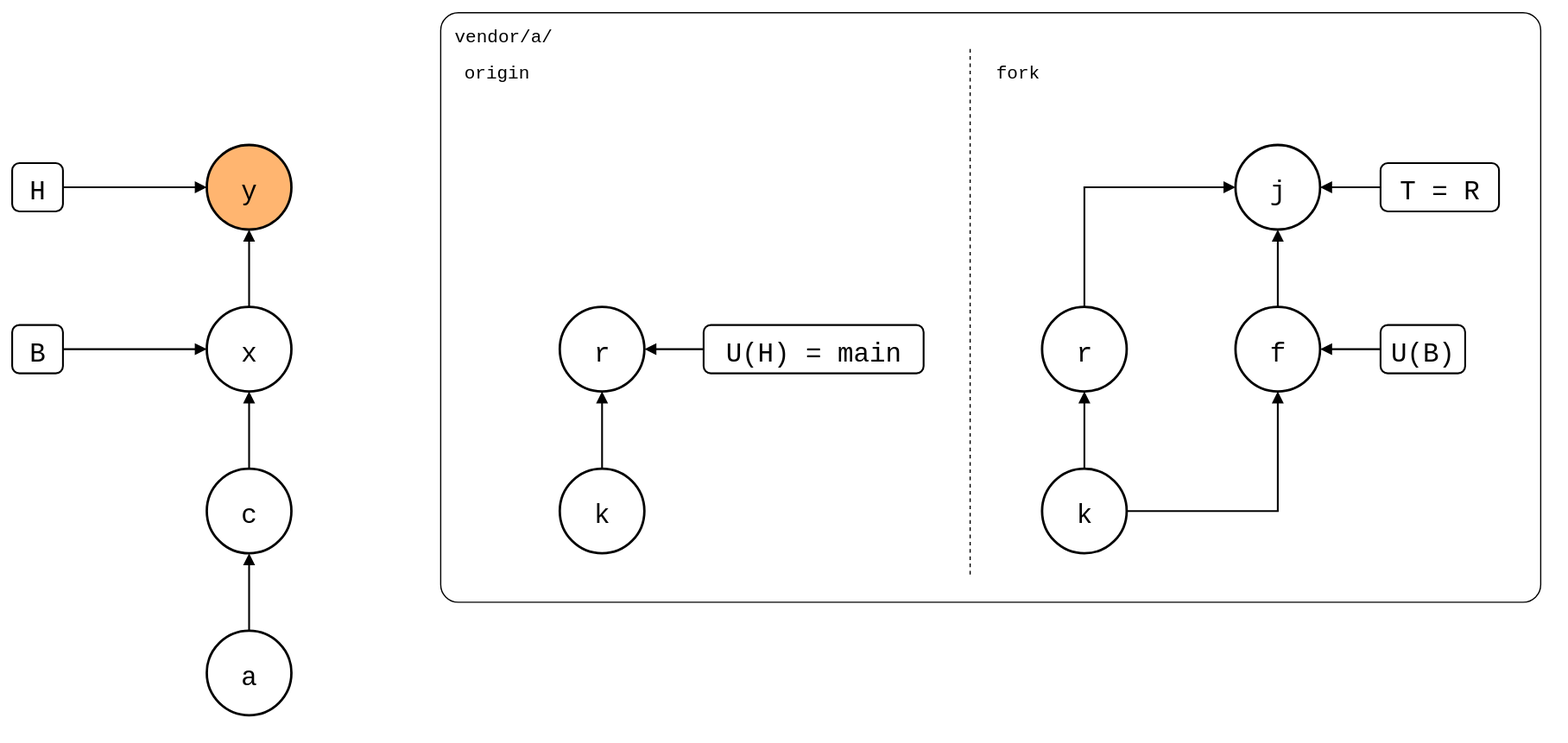
Earlier version of the draw.io export test/scenarios/04-upstreams/02-several-upstreams/several-upstreams.drawio.svg (roschaefer/git-splice). Source tidied: cells renumbered, new cells last; positions are measured from the earlier drawing's top-left corner, leaving out a move shared by most shapes. Source of this version:
```xml
<mxGraphModel background="#ffffff">
  <root>
    <mxCell id="0" />
    <mxCell id="1" parent="0" />
    <mxCell id="2" value="vendor/a/" style="rounded=1;arcSize=3;fillColor=none;strokeWidth=1;fontSize=15;verticalAlign=top;align=left;spacingLeft=10;spacingTop=4;fontFamily=Roboto Mono,monospace;" parent="1" vertex="1">
      <mxGeometry x="354" width="910" height="488" as="geometry" />
    </mxCell>
    <mxCell id="3" style="line;direction=south;dashed=1;strokeWidth=1;" parent="1" vertex="1">
      <mxGeometry x="782" y="30" width="20" height="438" as="geometry" />
    </mxCell>
    <mxCell id="4" value="origin" style="text;fontSize=15;align=left;verticalAlign=top;fontFamily=Roboto Mono,monospace;" parent="1" vertex="1">
      <mxGeometry x="372" y="34" width="120" height="24" as="geometry" />
    </mxCell>
    <mxCell id="5" value="fork" style="text;fontSize=15;align=left;verticalAlign=top;fontFamily=Roboto Mono,monospace;" parent="1" vertex="1">
      <mxGeometry x="812" y="34" width="120" height="24" as="geometry" />
    </mxCell>
    <mxCell id="6" value="y" style="ellipse;strokeWidth=2;fontSize=22;fontFamily=Roboto Mono,monospace;fillColor=#FFB570;" parent="1" vertex="1">
      <mxGeometry x="161" y="110" width="70" height="70" as="geometry" />
    </mxCell>
    <mxCell id="7" value="x" style="ellipse;strokeWidth=2;fontSize=22;fontFamily=Roboto Mono,monospace;" parent="1" vertex="1">
      <mxGeometry x="161" y="244" width="70" height="70" as="geometry" />
    </mxCell>
    <mxCell id="8" value="c" style="ellipse;strokeWidth=2;fontSize=22;fontFamily=Roboto Mono,monospace;" parent="1" vertex="1">
      <mxGeometry x="161" y="378" width="70" height="70" as="geometry" />
    </mxCell>
    <mxCell id="9" value="a" style="ellipse;strokeWidth=2;fontSize=22;fontFamily=Roboto Mono,monospace;" parent="1" vertex="1">
      <mxGeometry x="161" y="512" width="70" height="70" as="geometry" />
    </mxCell>
    <mxCell id="10" value="r" style="ellipse;strokeWidth=2;fontSize=22;fontFamily=Roboto Mono,monospace;" parent="1" vertex="1">
      <mxGeometry x="453" y="244" width="70" height="70" as="geometry" />
    </mxCell>
    <mxCell id="11" value="k" style="ellipse;strokeWidth=2;fontSize=22;fontFamily=Roboto Mono,monospace;" parent="1" vertex="1">
      <mxGeometry x="453" y="378" width="70" height="70" as="geometry" />
    </mxCell>
    <mxCell id="12" value="r" style="ellipse;strokeWidth=2;fontSize=22;fontFamily=Roboto Mono,monospace;" parent="1" vertex="1">
      <mxGeometry x="852" y="244" width="70" height="70" as="geometry" />
    </mxCell>
    <mxCell id="13" value="k" style="ellipse;strokeWidth=2;fontSize=22;fontFamily=Roboto Mono,monospace;" parent="1" vertex="1">
      <mxGeometry x="852" y="378" width="70" height="70" as="geometry" />
    </mxCell>
    <mxCell id="14" value="f" style="ellipse;strokeWidth=2;fontSize=22;fontFamily=Roboto Mono,monospace;" parent="1" vertex="1">
      <mxGeometry x="1012" y="244" width="70" height="70" as="geometry" />
    </mxCell>
    <mxCell id="15" value="j" style="ellipse;strokeWidth=2;fontSize=22;fontFamily=Roboto Mono,monospace;" parent="1" vertex="1">
      <mxGeometry x="1012" y="110" width="70" height="70" as="geometry" />
    </mxCell>
    <mxCell id="16" value="H" style="rounded=1;strokeWidth=1.5;fontSize=22;fontFamily=Roboto Mono,monospace;" parent="1" vertex="1">
      <mxGeometry y="125" width="42" height="40" as="geometry" />
    </mxCell>
    <mxCell id="17" value="B" style="rounded=1;strokeWidth=1.5;fontSize=22;fontFamily=Roboto Mono,monospace;" parent="1" vertex="1">
      <mxGeometry y="259" width="42" height="40" as="geometry" />
    </mxCell>
    <mxCell id="18" value="U(H) = main" style="rounded=1;strokeWidth=1.5;fontSize=22;fontFamily=Roboto Mono,monospace;" parent="1" vertex="1">
      <mxGeometry x="572" y="259" width="182" height="40" as="geometry" />
    </mxCell>
    <mxCell id="19" value="T = R" style="rounded=1;strokeWidth=1.5;fontSize=22;fontFamily=Roboto Mono,monospace;" parent="1" vertex="1">
      <mxGeometry x="1132" y="125" width="98" height="40" as="geometry" />
    </mxCell>
    <mxCell id="20" value="U(B)" style="rounded=1;strokeWidth=1.5;fontSize=22;fontFamily=Roboto Mono,monospace;" parent="1" vertex="1">
      <mxGeometry x="1132" y="259" width="70" height="40" as="geometry" />
    </mxCell>
    <mxCell id="21" style="endArrow=block;endFill=1;html=1;strokeWidth=1.5;rounded=0;" parent="1" edge="1" source="9" target="8">
      <mxGeometry relative="1" as="geometry" />
    </mxCell>
    <mxCell id="22" style="endArrow=block;endFill=1;html=1;strokeWidth=1.5;rounded=0;" parent="1" edge="1" source="8" target="7">
      <mxGeometry relative="1" as="geometry" />
    </mxCell>
    <mxCell id="23" style="endArrow=block;endFill=1;html=1;strokeWidth=1.5;rounded=0;" parent="1" edge="1" source="7" target="6">
      <mxGeometry relative="1" as="geometry" />
    </mxCell>
    <mxCell id="24" style="endArrow=block;endFill=1;html=1;strokeWidth=1.5;rounded=0;" parent="1" edge="1" source="11" target="10">
      <mxGeometry relative="1" as="geometry" />
    </mxCell>
    <mxCell id="25" style="endArrow=block;endFill=1;html=1;strokeWidth=1.5;rounded=0;" parent="1" edge="1" source="13" target="12">
      <mxGeometry relative="1" as="geometry" />
    </mxCell>
    <mxCell id="26" style="endArrow=block;endFill=1;html=1;strokeWidth=1.5;rounded=0;edgeStyle=orthogonalEdgeStyle;exitX=1;exitY=0.5;entryX=0.5;entryY=1;" parent="1" edge="1" source="13" target="14">
      <mxGeometry relative="1" as="geometry" />
    </mxCell>
    <mxCell id="27" style="endArrow=block;endFill=1;html=1;strokeWidth=1.5;rounded=0;" parent="1" edge="1" source="14" target="15">
      <mxGeometry relative="1" as="geometry" />
    </mxCell>
    <mxCell id="28" style="endArrow=block;endFill=1;html=1;strokeWidth=1.5;rounded=0;edgeStyle=orthogonalEdgeStyle;exitX=0.5;exitY=0;entryX=0;entryY=0.5;" parent="1" edge="1" source="12" target="15">
      <mxGeometry relative="1" as="geometry" />
    </mxCell>
    <mxCell id="29" style="endArrow=block;endFill=1;html=1;strokeWidth=1.5;rounded=0;" parent="1" edge="1" source="16" target="6">
      <mxGeometry relative="1" as="geometry" />
    </mxCell>
    <mxCell id="30" style="endArrow=block;endFill=1;html=1;strokeWidth=1.5;rounded=0;" parent="1" edge="1" source="17" target="7">
      <mxGeometry relative="1" as="geometry" />
    </mxCell>
    <mxCell id="31" style="endArrow=block;endFill=1;html=1;strokeWidth=1.5;rounded=0;" parent="1" edge="1" source="18" target="10">
      <mxGeometry relative="1" as="geometry" />
    </mxCell>
    <mxCell id="32" style="endArrow=block;endFill=1;html=1;strokeWidth=1.5;rounded=0;" parent="1" edge="1" source="19" target="15">
      <mxGeometry relative="1" as="geometry" />
    </mxCell>
    <mxCell id="33" style="endArrow=block;endFill=1;html=1;strokeWidth=1.5;rounded=0;" parent="1" edge="1" source="20" target="14">
      <mxGeometry relative="1" as="geometry" />
    </mxCell>
  </root>
</mxGraphModel>
```
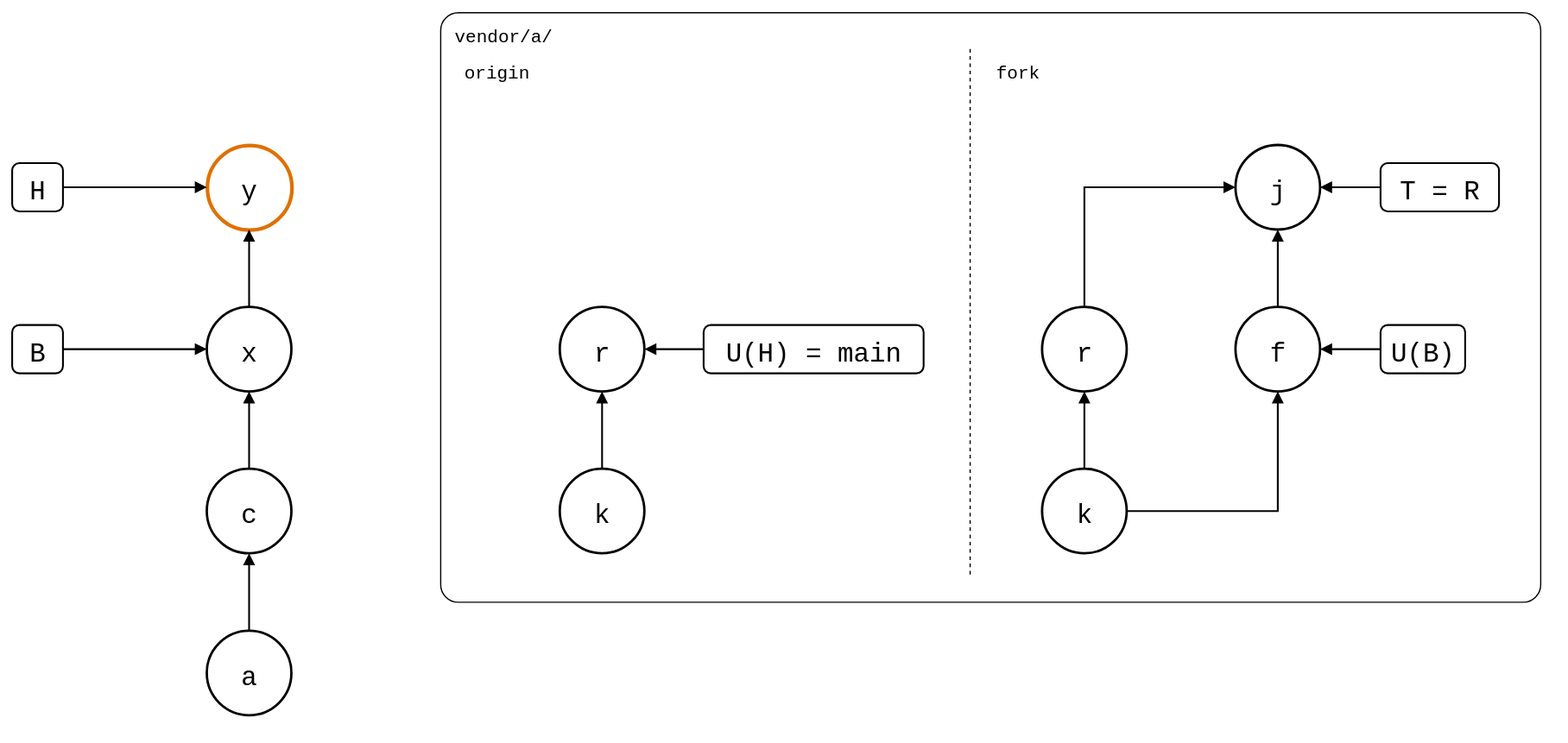
Later version of the same file.

The edit, as a diff of the source:
```diff
@@ -14,7 +14,7 @@
     <mxCell id="5" value="fork" style="text;fontSize=15;align=left;verticalAlign=top;fontFamily=Roboto Mono,monospace;" parent="1" vertex="1">
       <mxGeometry x="812" y="34" width="120" height="24" as="geometry" />
     </mxCell>
-    <mxCell id="6" value="y" style="ellipse;strokeWidth=2;fontSize=22;fontFamily=Roboto Mono,monospace;fillColor=#FFB570;" parent="1" vertex="1">
+    <mxCell id="6" value="y" style="ellipse;fontSize=22;fontFamily=Roboto Mono,monospace;strokeColor=#E07000;strokeWidth=3;" parent="1" vertex="1">
       <mxGeometry x="161" y="110" width="70" height="70" as="geometry" />
     </mxCell>
     <mxCell id="7" value="x" style="ellipse;strokeWidth=2;fontSize=22;fontFamily=Roboto Mono,monospace;" parent="1" vertex="1">
```
